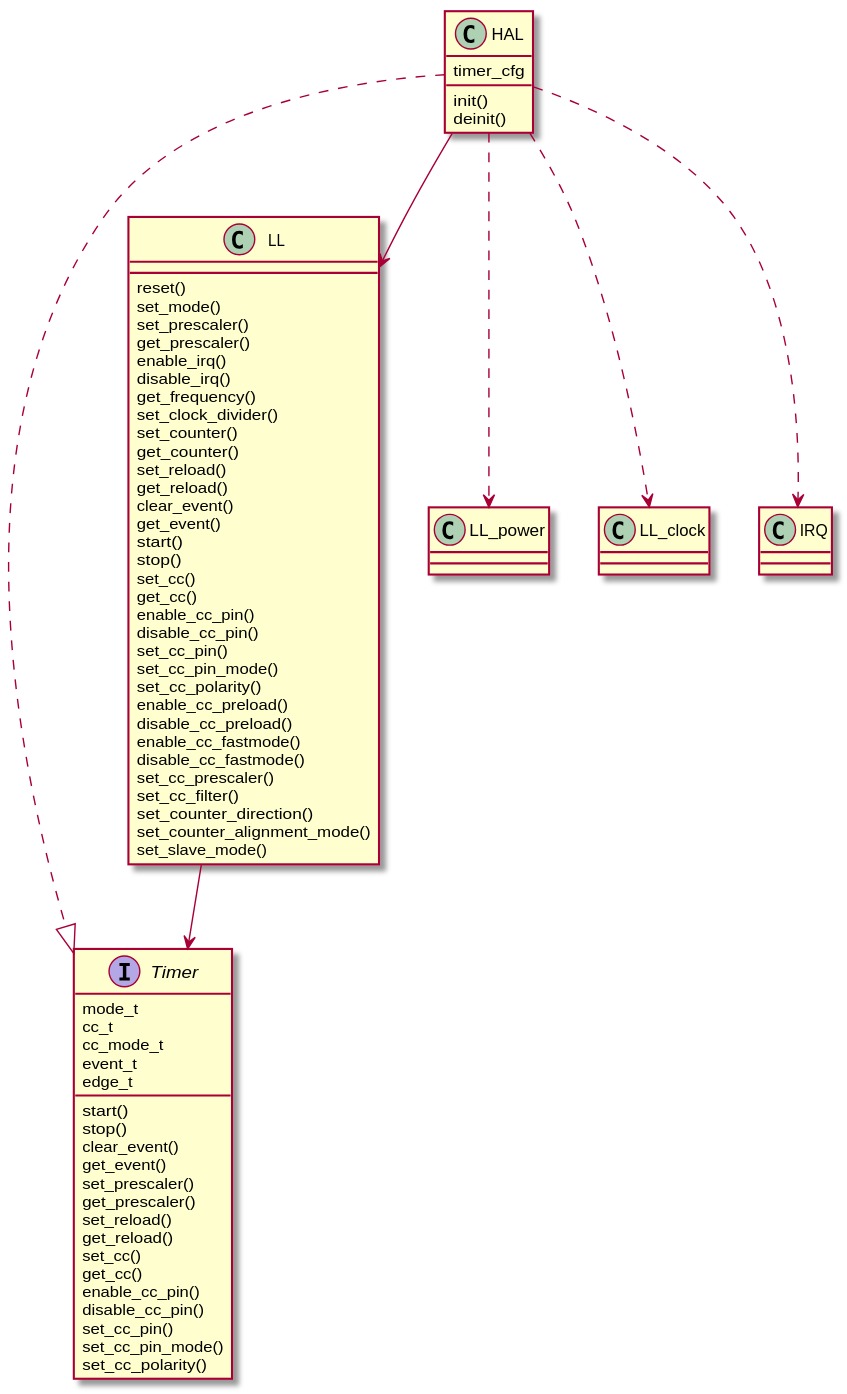
onkwon/halmcu keeps this PlantUML diagram as docs/source/assets/images/timer.svg. Above is the earlier version. Source of this version:
```plantuml
@startuml
interface Timer {
	mode_t
	cc_t
	cc_mode_t
	event_t
	edge_t

	start()
	stop()
	clear_event()
	get_event()
	set_prescaler()
	get_prescaler()
	set_reload()
	get_reload()
	set_cc()
	get_cc()
	enable_cc_pin()
	disable_cc_pin()
	set_cc_pin()
	set_cc_pin_mode()
	set_cc_polarity()
}

class LL {
	reset()
	set_mode()
	set_prescaler()
	get_prescaler()
	enable_irq()
	disable_irq()
	get_frequency()
	set_clock_divider()
	set_counter()
	get_counter()
	set_reload()
	get_reload()
	clear_event()
	get_event()
	start()
	stop()
	set_cc()
	get_cc()
	enable_cc_pin()
	disable_cc_pin()
	set_cc_pin()
	set_cc_pin_mode()
	set_cc_polarity()
	enable_cc_preload()
	disable_cc_preload()
	enable_cc_fastmode()
	disable_cc_fastmode()
	set_cc_prescaler()
	set_cc_filter()
	set_counter_direction()
	set_counter_alignment_mode()
	set_slave_mode()
}

class HAL {
	timer_cfg

	init()
	deinit()
}

HAL ..|> Timer
HAL --> LL
HAL ..> LL_power
HAL ..> LL_clock
HAL ..> IRQ
LL --> Timer
@enduml
```
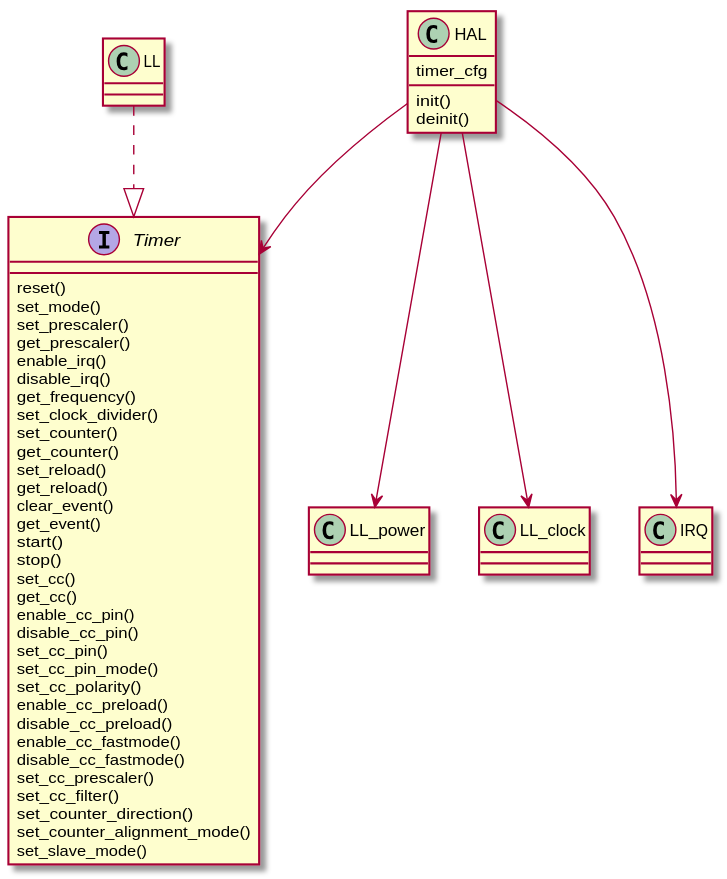
After the change.

Diff of the diagram source:
```diff
@@ -1,29 +1,5 @@
 @startuml
 interface Timer {
-	mode_t
-	cc_t
-	cc_mode_t
-	event_t
-	edge_t
-
-	start()
-	stop()
-	clear_event()
-	get_event()
-	set_prescaler()
-	get_prescaler()
-	set_reload()
-	get_reload()
-	set_cc()
-	get_cc()
-	enable_cc_pin()
-	disable_cc_pin()
-	set_cc_pin()
-	set_cc_pin_mode()
-	set_cc_polarity()
-}
-
-class LL {
 	reset()
 	set_mode()
 	set_prescaler()
@@ -65,10 +41,9 @@
 	deinit()
 }
 
-HAL ..|> Timer
-HAL --> LL
-HAL ..> LL_power
-HAL ..> LL_clock
-HAL ..> IRQ
-LL --> Timer
+LL ..|> Timer
+HAL --> Timer
+HAL --> LL_power
+HAL --> LL_clock
+HAL --> IRQ
 @enduml
```
